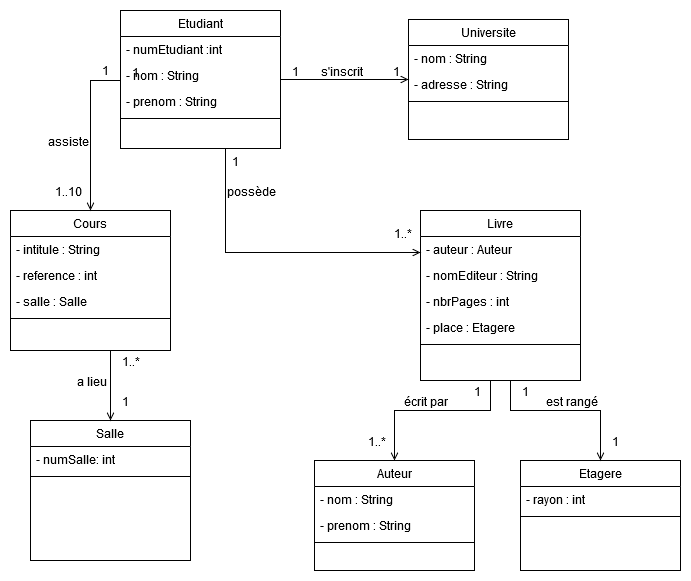
This is DM1_Draw.io-Exo1.png from adambdj/uml, a draw.io export, as it was before one commit. Source tidied: cells renumbered, new cells last; positions are measured from the earlier drawing's top-left corner, leaving out a move shared by most shapes.
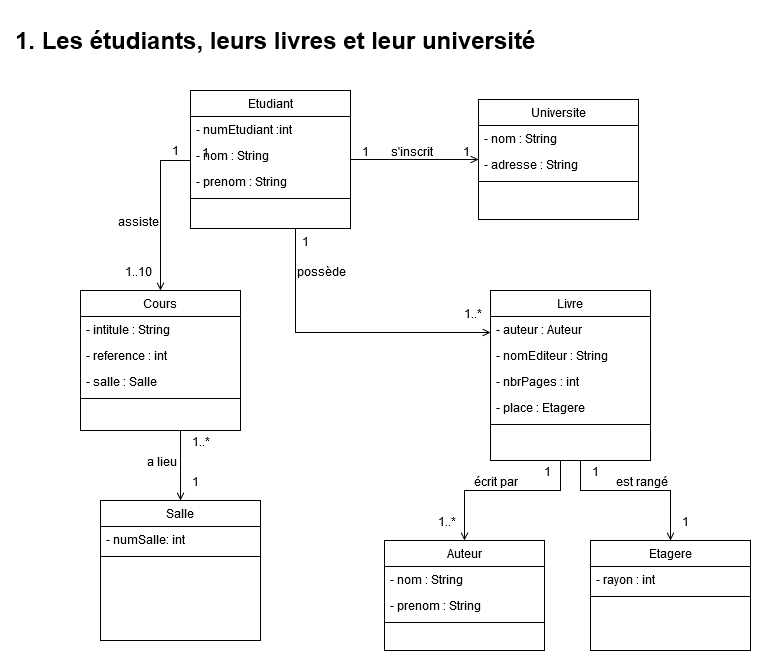
The same diagram one commit later.

The edit, as a diff of the source:
```diff
@@ -241,5 +241,8 @@
     <mxCell id="56" style="line;html=1;strokeWidth=1;align=left;verticalAlign=middle;spacingTop=-1;spacingLeft=3;spacingRight=3;labelPosition=right;" parent="53" vertex="1">
       <mxGeometry y="78" width="160" height="8" as="geometry" />
     </mxCell>
+    <mxCell id="57" value="&lt;h1&gt;1. Les étudiants, leurs livres et leur université&lt;br&gt;&lt;/h1&gt;" style="text;html=1;strokeColor=none;fillColor=none;spacing=5;spacingTop=-20;whiteSpace=wrap;overflow=hidden;rounded=0;" parent="1" vertex="1">
+      <mxGeometry x="-70" y="-70" width="700" height="120" as="geometry" />
+    </mxCell>
   </root>
 </mxGraphModel>
```
